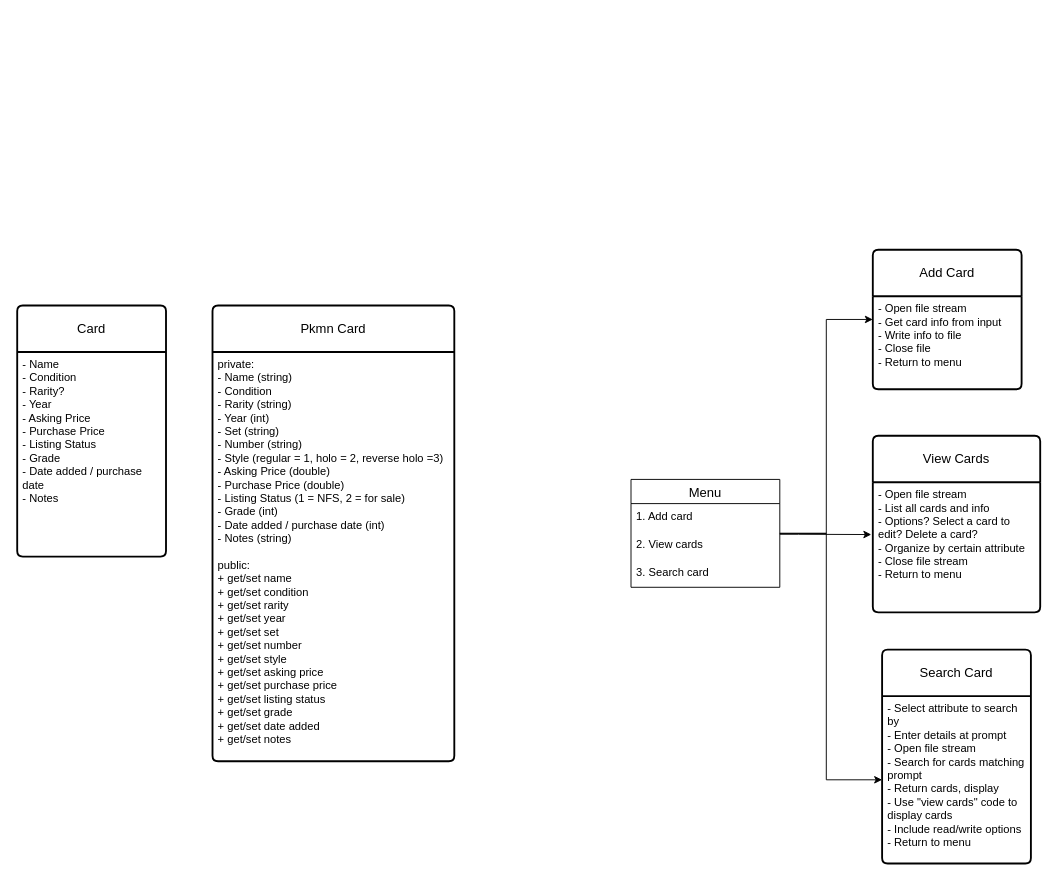
The draw.io diagram TC class diagrams.drawio in joberlin27/Trading-Cards, before the edit. Source tidied: cells renumbered, new cells numbered last; positions are measured from the earlier drawing's top-left corner, leaving out a move shared by most shapes. Both pictures are drawn from the tidied source at 93%, with x=0, y=0 at pixel (17, 249).
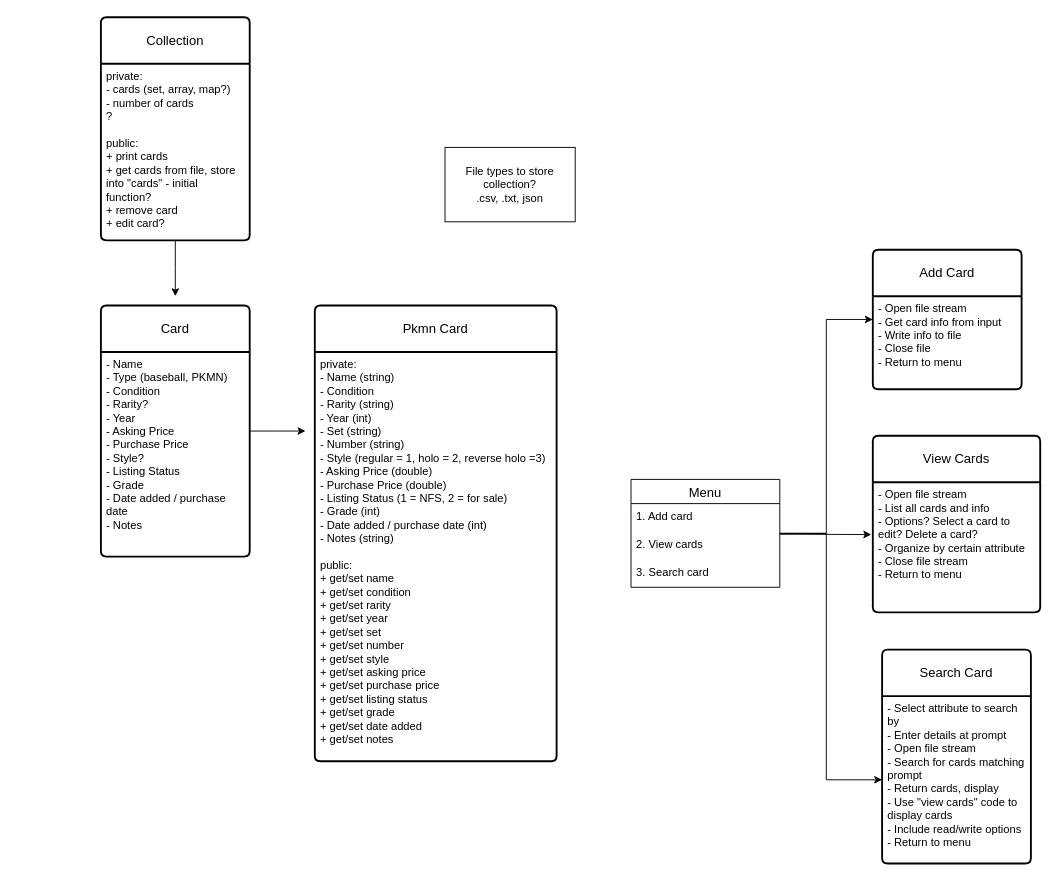
After the change.

Commit message:
updated class diagram

Diff of the diagram source:
```diff
@@
+    <mxCell id="19" style="edgeStyle=orthogonalEdgeStyle;rounded=0;jettySize=auto;html=1;" parent="1" edge="1" source="2">
+      <mxGeometry relative="1" as="geometry">
+        <mxPoint x="310" y="195" as="targetPoint" />
+      </mxGeometry>
+    </mxCell>
     <mxCell id="2" value="Card" style="swimlane;horizontal=1;startSize=50;rounded=1;fontSize=14;fontStyle=0;strokeWidth=2;shadow=0;dashed=0;align=center;arcSize=4;whiteSpace=wrap;html=1;" parent="1" vertex="1">
-      <mxGeometry y="60" width="160" height="270" as="geometry" />
+      <mxGeometry x="90" y="60" width="160" height="270" as="geometry" />
     </mxCell>
-    <mxCell id="3" value="- Name&lt;div&gt;- Condition&lt;/div&gt;&lt;div&gt;- Rarity?&lt;/div&gt;&lt;div&gt;- Year&lt;/div&gt;&lt;div&gt;- Asking Price&lt;/div&gt;&lt;div&gt;- Purchase Price&lt;/div&gt;&lt;div&gt;- Listing Status&lt;/div&gt;&lt;div&gt;- Grade&lt;/div&gt;&lt;div&gt;- Date added / purchase date&lt;/div&gt;&lt;div&gt;- Notes&lt;/div&gt;" style="align=left;strokeColor=none;fillColor=none;spacingLeft=4;spacingRight=4;fontSize=12;verticalAlign=top;html=1;whiteSpace=wrap;" parent="2" vertex="1">
+    <mxCell id="3" value="- Name&lt;div&gt;- Type (baseball, PKMN)&lt;br&gt;&lt;div&gt;- Condition&lt;/div&gt;&lt;div&gt;- Rarity?&lt;/div&gt;&lt;div&gt;- Year&lt;/div&gt;&lt;div&gt;- Asking Price&lt;/div&gt;&lt;div&gt;- Purchase Price&lt;/div&gt;&lt;div&gt;- Style?&lt;/div&gt;&lt;div&gt;- Listing Status&lt;/div&gt;&lt;div&gt;- Grade&lt;/div&gt;&lt;div&gt;- Date added / purchase date&lt;/div&gt;&lt;div&gt;- Notes&lt;/div&gt;&lt;/div&gt;" style="align=left;strokeColor=none;fillColor=none;spacingLeft=4;spacingRight=4;fontSize=12;verticalAlign=top;html=1;whiteSpace=wrap;" parent="2" vertex="1">
       <mxGeometry y="50" width="160" height="220" as="geometry" />
     </mxCell>
     <mxCell id="4" value="Pkmn Card" style="swimlane;horizontal=1;startSize=50;rounded=1;fontSize=14;fontStyle=0;strokeWidth=2;shadow=0;dashed=0;align=center;arcSize=4;whiteSpace=wrap;html=1;swimlaneLine=1;gradientColor=none;glass=0;" parent="1" vertex="1">
-      <mxGeometry x="210" y="60" width="260" height="490" as="geometry" />
+      <mxGeometry x="320" y="60" width="260" height="490" as="geometry" />
     </mxCell>
@@
+    <mxCell id="20" value="Collection" style="swimlane;horizontal=1;startSize=50;rounded=1;fontSize=14;fontStyle=0;strokeWidth=2;shadow=0;dashed=0;align=center;arcSize=4;whiteSpace=wrap;html=1;" parent="1" vertex="1">
+      <mxGeometry x="90" y="-250" width="160" height="240" as="geometry" />
+    </mxCell>
+    <mxCell id="21" value="private:&lt;div&gt;- cards (set, array, map?)&lt;/div&gt;&lt;div&gt;- number of cards&lt;/div&gt;&lt;div&gt;?&lt;/div&gt;&lt;div&gt;&lt;br&gt;&lt;/div&gt;&lt;div&gt;public:&lt;/div&gt;&lt;div&gt;+ print cards&lt;/div&gt;&lt;div&gt;+ get cards from file, store into &quot;cards&quot; - initial function?&lt;/div&gt;&lt;div&gt;+ remove card&lt;/div&gt;&lt;div&gt;+ edit card?&lt;/div&gt;" style="align=left;strokeColor=none;fillColor=none;spacingLeft=4;spacingRight=4;fontSize=12;verticalAlign=top;html=1;whiteSpace=wrap;" parent="20" vertex="1">
+      <mxGeometry y="50" width="160" height="190" as="geometry" />
+    </mxCell>
+    <mxCell id="22" style="edgeStyle=orthogonalEdgeStyle;rounded=0;jettySize=auto;html=1;" parent="1" edge="1" source="21">
+      <mxGeometry relative="1" as="geometry">
+        <mxPoint x="170" y="50" as="targetPoint" />
+      </mxGeometry>
+    </mxCell>
+    <mxCell id="23" value="File types to store collection?&lt;div&gt;.csv, .txt, json&lt;/div&gt;" style="whiteSpace=wrap;html=1;" parent="1" vertex="1">
+      <mxGeometry x="460" y="-110" width="140" height="80" as="geometry" />
+    </mxCell>
```
